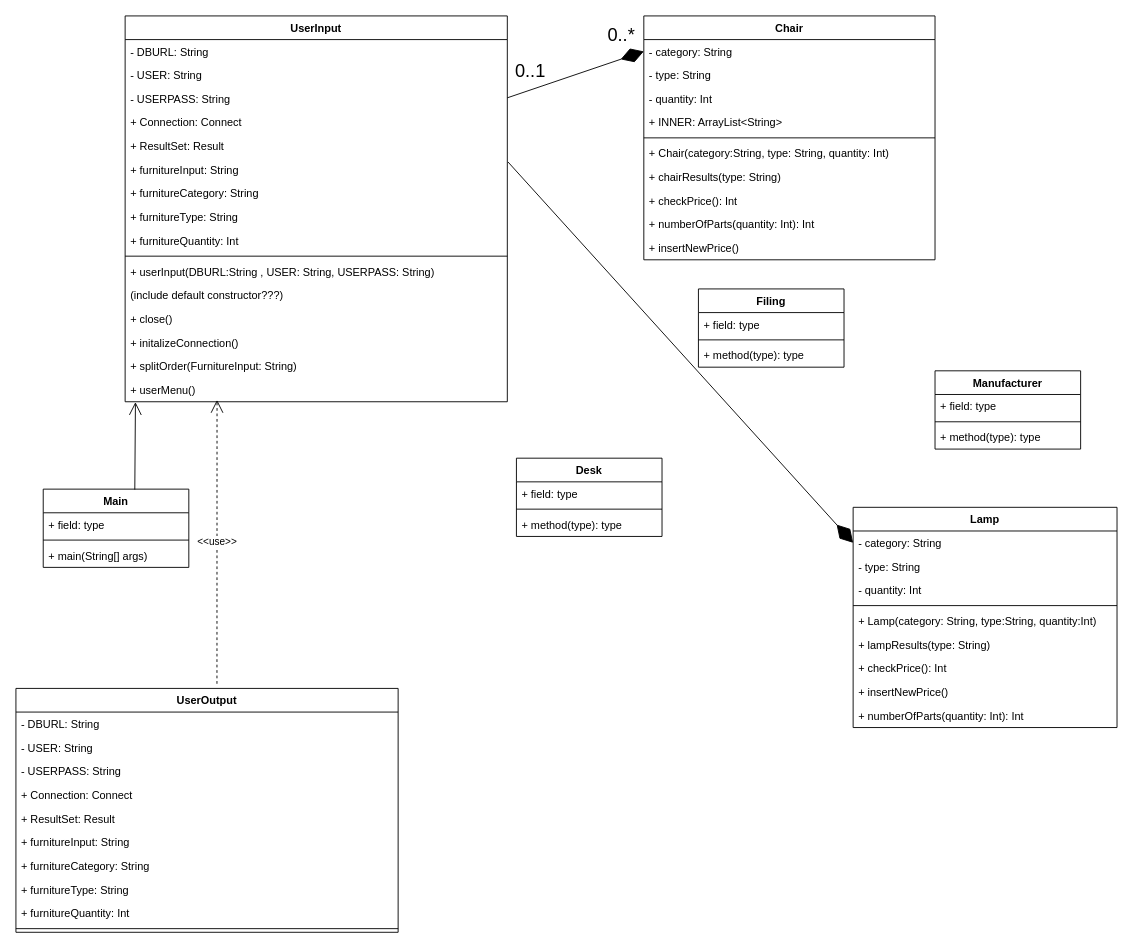
This is src/edu/ucalgary/ensf409/FinalProjectUML.drawio from MushtabaA/Supply-Chain-Project, a draw.io file, before an edit. Source tidied: cells renumbered, new cells numbered last; positions are measured from the earlier drawing's top-left corner, leaving out a move shared by most shapes. Both pictures are drawn from the tidied source at 91%, with x=0, y=0 at pixel (15, 15).
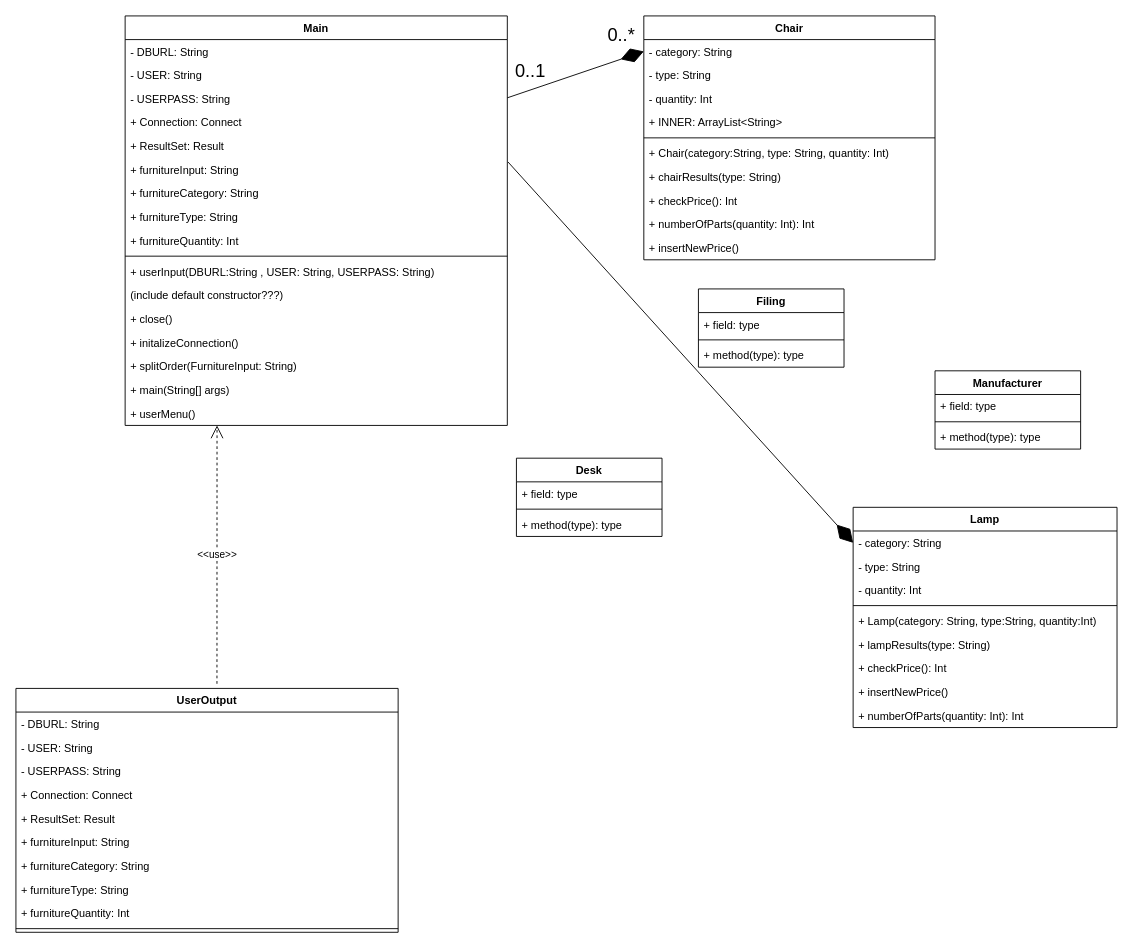
The same page after the edit.

Commit message:
Little fix to UML

Unchanged cells that the change refers to:
```xml
<mxCell id="61" value="UserOutput" style="swimlane;fontStyle=1;align=center;verticalAlign=top;horizontal=1;startSize=26;" parent="1" vertex="1">
  <mxGeometry y="739" width="420" height="268" as="geometry" />
</mxCell>
```

Diff of the diagram source:
```diff
@@
-    <mxCell id="2" value="UserInput" style="swimlane;fontStyle=1;align=center;verticalAlign=top;horizontal=1;startSize=26;" parent="1" vertex="1">
-      <mxGeometry x="120" width="420" height="424" as="geometry" />
+    <mxCell id="2" value="Main" style="swimlane;fontStyle=1;align=center;verticalAlign=top;horizontal=1;startSize=26;" parent="1" vertex="1">
+      <mxGeometry x="120" width="420" height="450" as="geometry" />
     </mxCell>
@@
+    <mxCell id="51" value="+ main(String[] args)" style="text;strokeColor=none;fillColor=none;align=left;verticalAlign=top;spacingLeft=4;spacingRight=4;overflow=hidden;" parent="2" vertex="1">
+      <mxGeometry y="398" width="420" height="26" as="geometry" />
+    </mxCell>
     <mxCell id="18" value="+ userMenu()" style="text;strokeColor=none;fillColor=none;align=left;verticalAlign=top;spacingLeft=4;spacingRight=4;overflow=hidden;points=[[0,0.5],[1,0.5]];portConstraint=eastwest;" parent="2" vertex="1">
-      <mxGeometry y="398" width="420" height="26" as="geometry" />
+      <mxGeometry y="424" width="420" height="26" as="geometry" />
     </mxCell>
@@
-    <mxCell id="48" value="Main" style="swimlane;fontStyle=1;align=center;verticalAlign=top;horizontal=1;startSize=26;" parent="1" vertex="1">
-      <mxGeometry x="30" y="520" width="160" height="86" as="geometry" />
-    </mxCell>
-    <mxCell id="49" value="+ field: type" style="text;strokeColor=none;fillColor=none;align=left;verticalAlign=top;spacingLeft=4;spacingRight=4;overflow=hidden;" parent="48" vertex="1">
-      <mxGeometry y="26" width="160" height="26" as="geometry" />
-    </mxCell>
-    <mxCell id="50" style="line;strokeWidth=1;fillColor=none;align=left;verticalAlign=middle;spacingTop=-1;spacingLeft=3;spacingRight=3;labelPosition=right;" parent="48" vertex="1">
-      <mxGeometry y="52" width="160" height="8" as="geometry" />
-    </mxCell>
-    <mxCell id="51" value="+ main(String[] args)" style="text;strokeColor=none;fillColor=none;align=left;verticalAlign=top;spacingLeft=4;spacingRight=4;overflow=hidden;" parent="48" vertex="1">
-      <mxGeometry y="60" width="160" height="26" as="geometry" />
-    </mxCell>
@@
-    <mxCell id="55" style="endArrow=open;endFill=1;endSize=12;html=1;entryX=0.027;entryY=1.014;entryDx=0;entryDy=0;entryPerimeter=0;exitX=0.629;exitY=0.006;exitDx=0;exitDy=0;exitPerimeter=0;" parent="1" edge="1" source="48" target="18">
-      <mxGeometry relative="1" as="geometry" />
-    </mxCell>
@@
     <mxCell id="72" value="&amp;lt;&amp;lt;use&amp;gt;&amp;gt;" style="endArrow=open;endSize=12;dashed=1;html=1;exitX=0.526;exitY=-0.019;exitDx=0;exitDy=0;exitPerimeter=0;" parent="1" edge="1" source="61">
       <mxGeometry relative="1" as="geometry">
-        <mxPoint x="221" y="422" as="targetPoint" />
+        <mxPoint x="221" y="450" as="targetPoint" />
       </mxGeometry>
     </mxCell>
```
